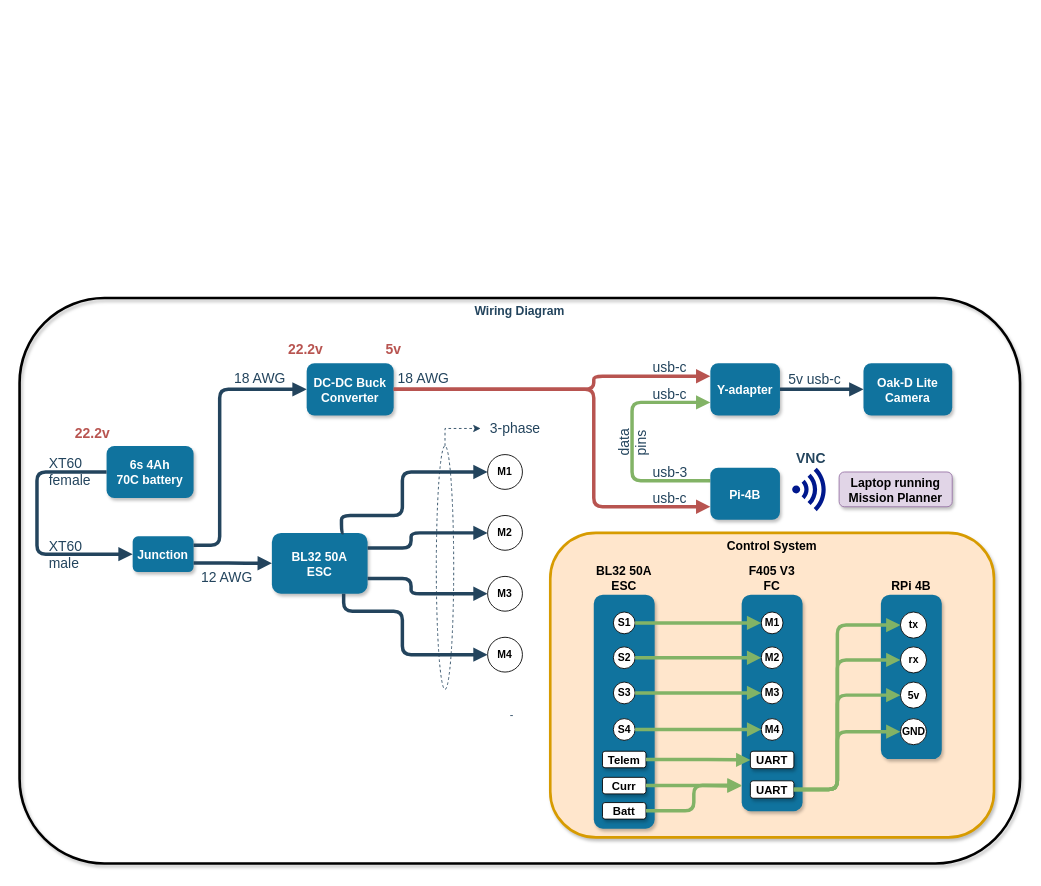
This is electrical-design/wiring-diagram.drawio from MichaelThamm/autonomous-drone, a draw.io file, before an edit. Source tidied: cells renumbered, new cells numbered last; positions are measured from the earlier drawing's top-left corner, leaving out a move shared by most shapes. Both pictures are drawn from the tidied source at 87%, with x=0, y=0 at pixel (19, 292).
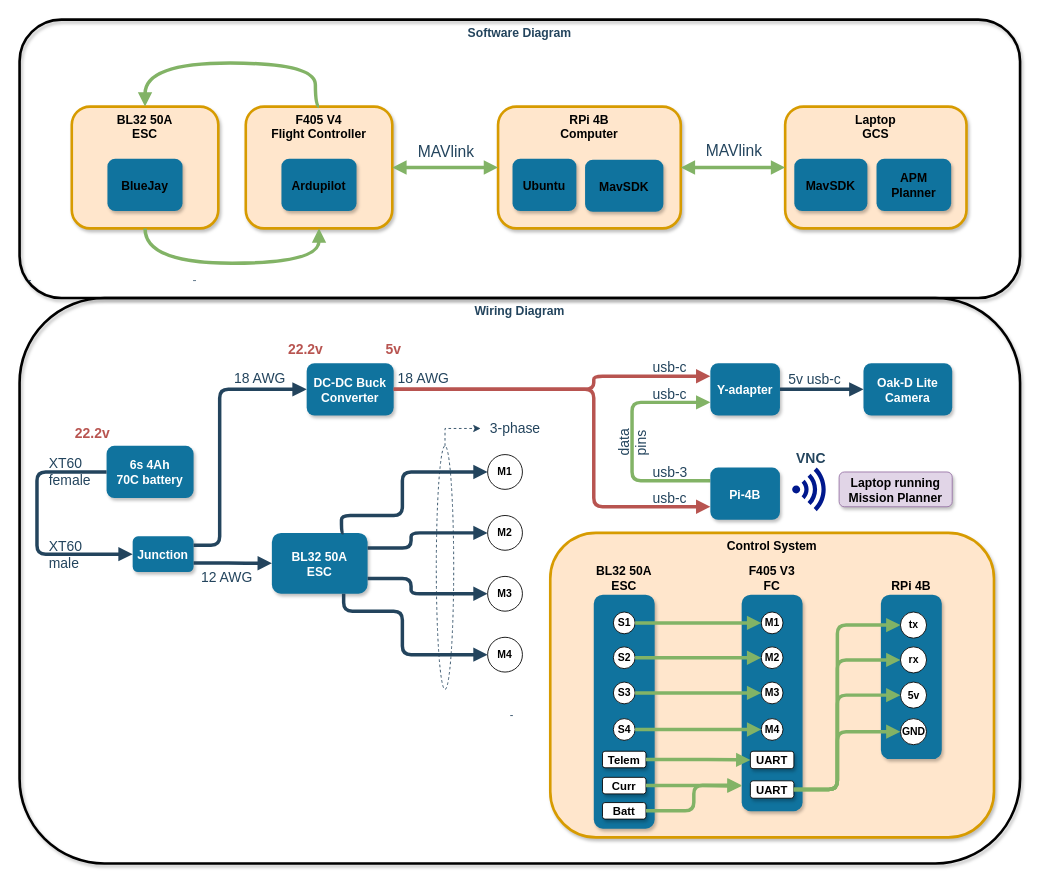
After the change.

Commit message (it also covers changes not shown here):
Add software diagram

Change to the diagram source:
```diff
@@
+    <mxCell id="80" value="Software Diagram" style="rounded=1;fillColor=none;strokeColor=default;shadow=1;gradientColor=none;fontStyle=1;fontColor=#23445D;fontSize=14;strokeWidth=3;verticalAlign=top;" parent="1" vertex="1">
+      <mxGeometry y="-314" width="1150" height="320" as="geometry" />
+    </mxCell>
+    <mxCell id="81" style="edgeStyle=elbowEdgeStyle;rounded=0;orthogonalLoop=1;jettySize=auto;html=1;dashed=1;strokeColor=#23445D;fontColor=#23445D;endArrow=none;" parent="1" edge="1">
+      <mxGeometry relative="1" as="geometry">
+        <mxPoint x="10" y="-14" as="sourcePoint" />
+        <mxPoint x="13" y="-14" as="targetPoint" />
+      </mxGeometry>
+    </mxCell>
+    <mxCell id="82" style="edgeStyle=elbowEdgeStyle;rounded=0;orthogonalLoop=1;jettySize=auto;html=1;dashed=1;strokeColor=#23445D;fontColor=#23445D;endArrow=none;" parent="1" edge="1">
+      <mxGeometry relative="1" as="geometry">
+        <mxPoint x="199.6" y="-14" as="sourcePoint" />
+        <mxPoint x="202.6" y="-14" as="targetPoint" />
+      </mxGeometry>
+    </mxCell>
+    <mxCell id="83" style="group;" parent="1" vertex="1">
+      <mxGeometry x="550" y="-214" width="210" height="140" as="geometry" />
+    </mxCell>
+    <mxCell id="84" value="RPi 4B&#10;Computer" style="rounded=1;fillColor=#ffe6cc;strokeColor=#d79b00;shadow=1;fontStyle=1;fontSize=14;strokeWidth=3;verticalAlign=top;fontColor=#000000;" parent="83" vertex="1">
+      <mxGeometry width="210" height="140" as="geometry" />
+    </mxCell>
+    <mxCell id="85" value="Ubuntu" style="rounded=1;fillColor=#10739E;strokeColor=none;shadow=1;gradientColor=none;fontStyle=1;fontColor=#000000;fontSize=14;verticalAlign=middle;labelPosition=center;verticalLabelPosition=middle;align=center;" parent="83" vertex="1">
+      <mxGeometry x="16.6" y="60" width="73.4" height="60" as="geometry" />
+    </mxCell>
+    <mxCell id="86" value="MavSDK" style="rounded=1;fillColor=#10739E;strokeColor=none;shadow=1;gradientColor=none;fontStyle=1;fontColor=#000000;fontSize=14;verticalAlign=middle;labelPosition=center;verticalLabelPosition=middle;align=center;" parent="83" vertex="1">
+      <mxGeometry x="100" y="61" width="90" height="60" as="geometry" />
+    </mxCell>
+    <mxCell id="87" style="group;" parent="1" vertex="1">
+      <mxGeometry x="260" y="-214" width="168.4" height="140" as="geometry" />
+    </mxCell>
+    <mxCell id="88" value="F405 V4&#10;Flight Controller" style="rounded=1;fillColor=#ffe6cc;strokeColor=#d79b00;shadow=1;fontStyle=1;fontSize=14;strokeWidth=3;verticalAlign=top;fontColor=#000000;" parent="87" vertex="1">
+      <mxGeometry width="168.4" height="140" as="geometry" />
+    </mxCell>
+    <mxCell id="89" value="Ardupilot" style="rounded=1;fillColor=#10739E;strokeColor=none;shadow=1;gradientColor=none;fontStyle=1;fontColor=#000000;fontSize=14;verticalAlign=middle;labelPosition=center;verticalLabelPosition=middle;align=center;" parent="87" vertex="1">
+      <mxGeometry x="41" y="60" width="86.3" height="60" as="geometry" />
+    </mxCell>
+    <mxCell id="90" style="group;" parent="1" vertex="1">
+      <mxGeometry x="60" y="-214" width="168.4" height="140" as="geometry" />
+    </mxCell>
+    <mxCell id="91" value="BL32 50A&#10;ESC" style="rounded=1;fillColor=#ffe6cc;strokeColor=#d79b00;shadow=1;fontStyle=1;fontSize=14;strokeWidth=3;verticalAlign=top;fontColor=#000000;" parent="90" vertex="1">
+      <mxGeometry width="168.4" height="140" as="geometry" />
+    </mxCell>
+    <mxCell id="92" value="BlueJay" style="rounded=1;fillColor=#10739E;strokeColor=none;shadow=1;gradientColor=none;fontStyle=1;fontColor=#000000;fontSize=14;verticalAlign=middle;labelPosition=center;verticalLabelPosition=middle;align=center;" parent="90" vertex="1">
+      <mxGeometry x="41" y="60" width="86.3" height="60" as="geometry" />
+    </mxCell>
+    <mxCell id="93" style="edgeStyle=orthogonalEdgeStyle;strokeWidth=4;endArrow=block;endFill=1;fontStyle=1;strokeColor=#82b366;fillColor=#d5e8d4;curved=1;entryX=0.5;entryY=1;entryDx=0;entryDy=0;exitX=0.5;exitY=1;exitDx=0;exitDy=0;" parent="1" edge="1" source="91" target="88">
+      <mxGeometry x="-2588" y="-2104.5" as="geometry">
+        <Array as="points">
+          <mxPoint x="144" y="-34" />
+          <mxPoint x="344" y="-34" />
+        </Array>
+      </mxGeometry>
+    </mxCell>
+    <mxCell id="94" style="edgeStyle=orthogonalEdgeStyle;strokeWidth=4;endArrow=none;endFill=0;fontStyle=1;strokeColor=#82b366;fillColor=#d5e8d4;curved=1;entryX=0.5;entryY=0;entryDx=0;entryDy=0;exitX=0.5;exitY=0;exitDx=0;exitDy=0;startArrow=block;startFill=1;" parent="1" edge="1" source="91" target="88">
+      <mxGeometry x="-2578" y="-2094.5" as="geometry">
+        <Array as="points">
+          <mxPoint x="144" y="-264" />
+          <mxPoint x="340" y="-264" />
+          <mxPoint x="340" y="-214" />
+        </Array>
+      </mxGeometry>
+    </mxCell>
+    <mxCell id="95" style="strokeWidth=4;endArrow=block;endFill=1;fontStyle=1;strokeColor=#82b366;fillColor=#d5e8d4;entryX=0;entryY=0.5;entryDx=0;entryDy=0;exitX=1;exitY=0.5;exitDx=0;exitDy=0;startArrow=block;startFill=1;fontColor=#23445D;labelBackgroundColor=#18141D;labelPosition=center;verticalLabelPosition=top;align=center;verticalAlign=top;" parent="1" edge="1" source="88" target="84">
+      <mxGeometry x="-2528" y="-2094.5" as="geometry" />
+    </mxCell>
+    <mxCell id="96" value="MAVlink" style="edgeLabel;html=1;align=center;verticalAlign=middle;fontColor=#23445D;labelBackgroundColor=none;fontSize=18;" parent="95" vertex="1">
+      <mxGeometry relative="1" as="geometry">
+        <mxPoint y="-19" as="offset" />
+      </mxGeometry>
+    </mxCell>
+    <mxCell id="97" style="group;" parent="1" vertex="1">
+      <mxGeometry x="880" y="-214" width="208.4" height="140" as="geometry" />
+    </mxCell>
+    <mxCell id="98" value="Laptop&#10;GCS" style="rounded=1;fillColor=#ffe6cc;strokeColor=#d79b00;shadow=1;fontStyle=1;fontSize=14;strokeWidth=3;verticalAlign=top;fontColor=#000000;" parent="97" vertex="1">
+      <mxGeometry width="208.4" height="140" as="geometry" />
+    </mxCell>
+    <mxCell id="99" value="APM Planner" style="rounded=1;fillColor=#10739E;strokeColor=none;shadow=1;gradientColor=none;fontStyle=1;fontColor=#000000;fontSize=14;verticalAlign=middle;labelPosition=center;verticalLabelPosition=middle;align=center;whiteSpace=wrap;" parent="97" vertex="1">
+      <mxGeometry x="105" y="60" width="85.8" height="60" as="geometry" />
+    </mxCell>
+    <mxCell id="100" value="MavSDK" style="rounded=1;fillColor=#10739E;strokeColor=none;shadow=1;gradientColor=none;fontStyle=1;fontColor=#000000;fontSize=14;verticalAlign=middle;labelPosition=center;verticalLabelPosition=middle;align=center;" parent="97" vertex="1">
+      <mxGeometry x="10.5" y="60" width="84" height="60" as="geometry" />
+    </mxCell>
+    <mxCell id="101" style="strokeWidth=4;endArrow=block;endFill=1;fontStyle=1;strokeColor=#82b366;fillColor=#d5e8d4;entryX=0;entryY=0.5;entryDx=0;entryDy=0;exitX=1;exitY=0.5;exitDx=0;exitDy=0;startArrow=block;startFill=1;fontColor=#23445D;labelBackgroundColor=none;" parent="1" edge="1" source="84" target="98">
+      <mxGeometry x="-2518" y="-2084.5" as="geometry" />
+    </mxCell>
+    <mxCell id="102" value="MAVlink" style="edgeLabel;html=1;align=center;verticalAlign=middle;fontSize=18;fontColor=#23445D;labelBackgroundColor=none;" parent="101" vertex="1">
+      <mxGeometry relative="1" as="geometry">
+        <mxPoint y="-20" as="offset" />
+      </mxGeometry>
+    </mxCell>
```
